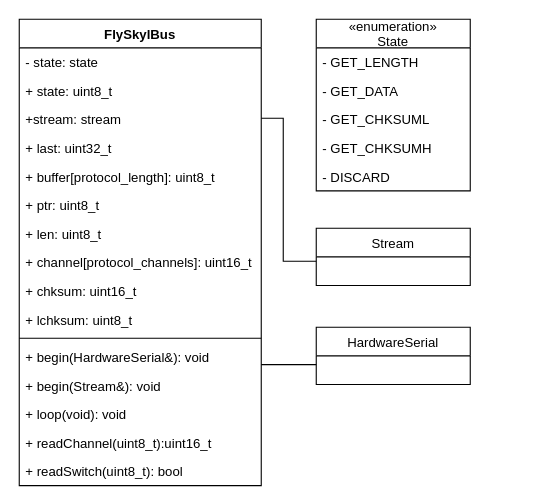
Before: Assets/FlySkyIBus class.drawio in 1337encrypted/BTS7960_TH9x, a draw.io diagram. Source tidied: cells renumbered, new cells numbered last; positions are measured from the earlier drawing's top-left corner, leaving out a move shared by most shapes. Both pictures are drawn from the tidied source at 110%, with x=0, y=0 at pixel (19, 19).
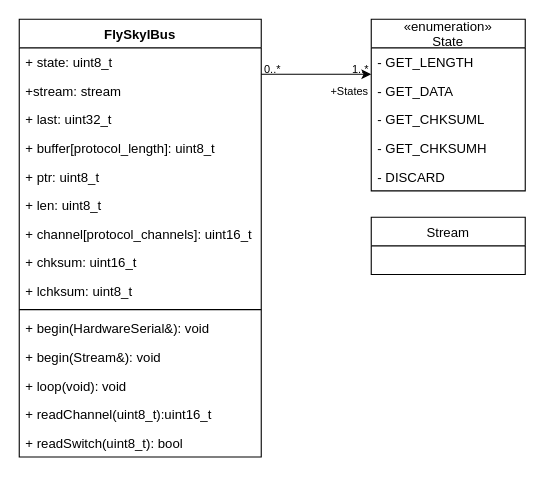
After the change.

Change to the diagram source:
```diff
@@
     <mxCell id="2" value="FlySkylBus" style="swimlane;fontStyle=1;align=center;verticalAlign=top;horizontal=1;startSize=26;" parent="1" vertex="1">
-      <mxGeometry width="220" height="424" as="geometry" />
+      <mxGeometry width="220" height="398" as="geometry" />
     </mxCell>
-    <mxCell id="3" value="- state: state" style="text;strokeColor=none;fillColor=none;align=left;verticalAlign=top;spacingLeft=4;spacingRight=4;overflow=hidden;" parent="2" vertex="1">
-      <mxGeometry y="26" width="220" height="26" as="geometry" />
-    </mxCell>
     <mxCell id="4" value="+ state: uint8_t&#10;" style="text;strokeColor=none;fillColor=none;align=left;verticalAlign=top;spacingLeft=4;spacingRight=4;overflow=hidden;" parent="2" vertex="1">
-      <mxGeometry y="52" width="220" height="26" as="geometry" />
+      <mxGeometry y="26" width="220" height="26" as="geometry" />
     </mxCell>
     <mxCell id="5" value="+stream: stream" style="text;strokeColor=none;fillColor=none;align=left;verticalAlign=top;spacingLeft=4;spacingRight=4;overflow=hidden;" parent="2" vertex="1">
-      <mxGeometry y="78" width="220" height="26" as="geometry" />
+      <mxGeometry y="52" width="220" height="26" as="geometry" />
     </mxCell>
     <mxCell id="6" value="+ last: uint32_t&#10;" style="text;strokeColor=none;fillColor=none;align=left;verticalAlign=top;spacingLeft=4;spacingRight=4;overflow=hidden;" parent="2" vertex="1">
-      <mxGeometry y="104" width="220" height="26" as="geometry" />
+      <mxGeometry y="78" width="220" height="26" as="geometry" />
     </mxCell>
     <mxCell id="7" value="+ buffer[protocol_length]: uint8_t" style="text;strokeColor=none;fillColor=none;align=left;verticalAlign=top;spacingLeft=4;spacingRight=4;overflow=hidden;" parent="2" vertex="1">
-      <mxGeometry y="130" width="220" height="26" as="geometry" />
+      <mxGeometry y="104" width="220" height="26" as="geometry" />
     </mxCell>
     <mxCell id="8" value="+ ptr: uint8_t&#10;" style="text;strokeColor=none;fillColor=none;align=left;verticalAlign=top;spacingLeft=4;spacingRight=4;overflow=hidden;" parent="2" vertex="1">
-      <mxGeometry y="156" width="220" height="26" as="geometry" />
+      <mxGeometry y="130" width="220" height="26" as="geometry" />
     </mxCell>
     <mxCell id="9" value="+ len: uint8_t" style="text;strokeColor=none;fillColor=none;align=left;verticalAlign=top;spacingLeft=4;spacingRight=4;overflow=hidden;" parent="2" vertex="1">
-      <mxGeometry y="182" width="220" height="26" as="geometry" />
+      <mxGeometry y="156" width="220" height="26" as="geometry" />
     </mxCell>
     <mxCell id="10" value="+ channel[protocol_channels]: uint16_t" style="text;strokeColor=none;fillColor=none;align=left;verticalAlign=top;spacingLeft=4;spacingRight=4;overflow=hidden;" parent="2" vertex="1">
-      <mxGeometry y="208" width="220" height="26" as="geometry" />
+      <mxGeometry y="182" width="220" height="26" as="geometry" />
     </mxCell>
     <mxCell id="11" value="+ chksum: uint16_t" style="text;strokeColor=none;fillColor=none;align=left;verticalAlign=top;spacingLeft=4;spacingRight=4;overflow=hidden;" parent="2" vertex="1">
-      <mxGeometry y="234" width="220" height="26" as="geometry" />
+      <mxGeometry y="208" width="220" height="26" as="geometry" />
     </mxCell>
     <mxCell id="12" value="+ lchksum: uint8_t&#10;" style="text;strokeColor=none;fillColor=none;align=left;verticalAlign=top;spacingLeft=4;spacingRight=4;overflow=hidden;" parent="2" vertex="1">
-      <mxGeometry y="260" width="220" height="26" as="geometry" />
+      <mxGeometry y="234" width="220" height="26" as="geometry" />
     </mxCell>
     <mxCell id="13" style="line;strokeWidth=1;fillColor=none;align=left;verticalAlign=middle;spacingTop=-1;spacingLeft=3;spacingRight=3;labelPosition=right;strokeColor=inherit;" parent="2" vertex="1">
-      <mxGeometry y="286" width="220" height="8" as="geometry" />
+      <mxGeometry y="260" width="220" height="8" as="geometry" />
     </mxCell>
     <mxCell id="14" value="+ begin(HardwareSerial&amp;): void" style="text;strokeColor=none;fillColor=none;align=left;verticalAlign=top;spacingLeft=4;spacingRight=4;overflow=hidden;" parent="2" vertex="1">
-      <mxGeometry y="294" width="220" height="26" as="geometry" />
+      <mxGeometry y="268" width="220" height="26" as="geometry" />
     </mxCell>
     <mxCell id="15" value="+ begin(Stream&amp;): void" style="text;strokeColor=none;fillColor=none;align=left;verticalAlign=top;spacingLeft=4;spacingRight=4;overflow=hidden;" parent="2" vertex="1">
-      <mxGeometry y="320" width="220" height="26" as="geometry" />
+      <mxGeometry y="294" width="220" height="26" as="geometry" />
     </mxCell>
     <mxCell id="16" value="+ loop(void): void" style="text;strokeColor=none;fillColor=none;align=left;verticalAlign=top;spacingLeft=4;spacingRight=4;overflow=hidden;" parent="2" vertex="1">
-      <mxGeometry y="346" width="220" height="26" as="geometry" />
+      <mxGeometry y="320" width="220" height="26" as="geometry" />
     </mxCell>
     <mxCell id="17" value="+ readChannel(uint8_t):uint16_t" style="text;strokeColor=none;fillColor=none;align=left;verticalAlign=top;spacingLeft=4;spacingRight=4;overflow=hidden;" parent="2" vertex="1">
-      <mxGeometry y="372" width="220" height="26" as="geometry" />
+      <mxGeometry y="346" width="220" height="26" as="geometry" />
     </mxCell>
     <mxCell id="18" value="+ readSwitch(uint8_t): bool" style="text;strokeColor=none;fillColor=none;align=left;verticalAlign=top;spacingLeft=4;spacingRight=4;overflow=hidden;" parent="2" vertex="1">
-      <mxGeometry y="398" width="220" height="26" as="geometry" />
+      <mxGeometry y="372" width="220" height="26" as="geometry" />
     </mxCell>
     <mxCell id="19" value="«enumeration»&#10;State" style="swimlane;fontStyle=0;horizontal=1;startSize=26;fillColor=none;" parent="1" vertex="1">
-      <mxGeometry x="270" width="140" height="156" as="geometry" />
+      <mxGeometry x="320" width="140" height="156" as="geometry" />
     </mxCell>
@@
     <mxCell id="25" value="Stream" style="swimlane;fontStyle=0;horizontal=1;startSize=26;fillColor=none;" parent="1" vertex="1">
-      <mxGeometry x="270" y="190" width="140" height="52" as="geometry" />
+      <mxGeometry x="320" y="180" width="140" height="52" as="geometry" />
     </mxCell>
-    <mxCell id="26" value="HardwareSerial" style="swimlane;fontStyle=0;horizontal=1;startSize=26;fillColor=none;" parent="1" vertex="1">
-      <mxGeometry x="270" y="280" width="140" height="52" as="geometry" />
-    </mxCell>
-    <mxCell id="27" style="html=1;verticalAlign=bottom;endArrow=none;rounded=0;endFill=0;" parent="1" edge="1">
-      <mxGeometry x="1" y="251" relative="1" as="geometry">
-        <mxPoint x="220" y="90" as="sourcePoint" />
-        <mxPoint x="270" y="220" as="targetPoint" />
-        <Array as="points">
-          <mxPoint x="240" y="90" />
-          <mxPoint x="240" y="220" />
-        </Array>
-        <mxPoint x="250" y="235" as="offset" />
-      </mxGeometry>
-    </mxCell>
-    <mxCell id="28" style="line;strokeWidth=1;fillColor=none;align=left;verticalAlign=middle;spacingTop=-1;spacingLeft=3;spacingRight=3;labelPosition=right;strokeColor=inherit;" parent="1" vertex="1">
-      <mxGeometry x="220" y="310" width="50" height="8" as="geometry" />
-    </mxCell>
+    <mxCell id="29" value="+States" style="text;html=1;align=center;verticalAlign=middle;strokeColor=none;fillColor=none;fontSize=10;" parent="1" vertex="1">
+      <mxGeometry x="270" y="50" width="60" height="30" as="geometry" />
+    </mxCell>
+    <mxCell id="30" value="0..*" style="text;html=1;align=center;verticalAlign=middle;strokeColor=none;fillColor=none;fontSize=10;" parent="1" vertex="1">
+      <mxGeometry x="210" y="30" width="40" height="30" as="geometry" />
+    </mxCell>
+    <mxCell id="31" value="1..*" style="text;html=1;align=center;verticalAlign=middle;strokeColor=none;fillColor=none;fontSize=10;" parent="1" vertex="1">
+      <mxGeometry x="290" y="30" width="40" height="30" as="geometry" />
+    </mxCell>
+    <mxCell id="32" style="endArrow=classic;html=1;rounded=0;fontSize=10;" parent="1" edge="1">
+      <mxGeometry relative="1" as="geometry">
+        <mxPoint x="220" y="50" as="sourcePoint" />
+        <mxPoint x="320" y="50" as="targetPoint" />
+      </mxGeometry>
+    </mxCell>
```
